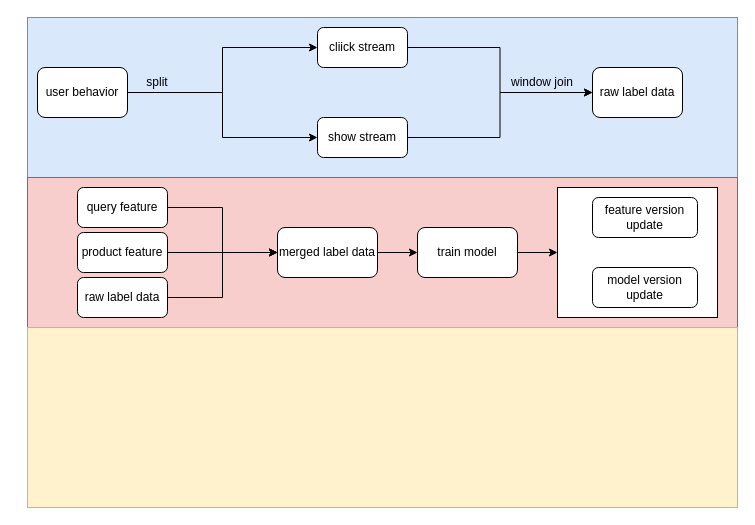
This is engineering/recommend/模型近实时训练更新方案.drawio from Wanke15/wanke15.github.io, a draw.io file, before an edit. Source tidied: cells renumbered, new cells numbered last; positions are measured from the earlier drawing's top-left corner, leaving out a move shared by most shapes. Both pictures are drawn from the tidied source at 100%, with x=0, y=0 at pixel (27, 17).
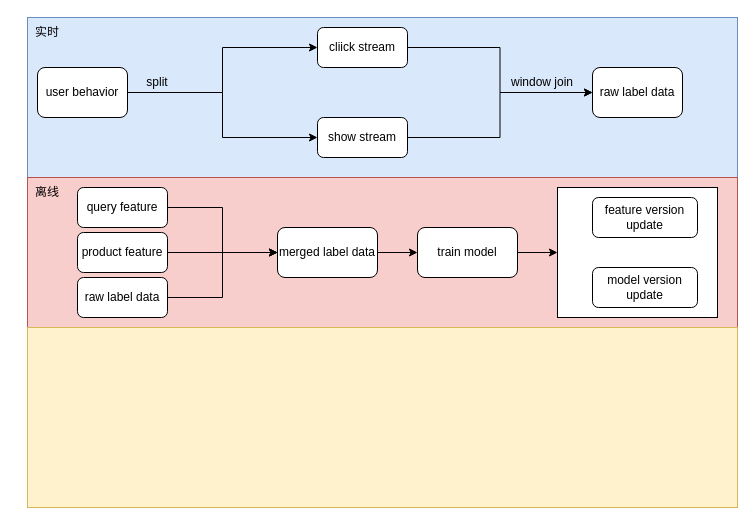
Above is the later version.

Commit message (it also covers changes not shown here):
更新模型近实时训练更新方案.drawio

Diff of the diagram source:
```diff
@@
+    <mxCell id="28" value="实时" style="text;html=1;strokeColor=none;fillColor=none;align=center;verticalAlign=middle;whiteSpace=wrap;rounded=0;" parent="1" vertex="1">
+      <mxGeometry x="-10" width="60" height="30" as="geometry" />
+    </mxCell>
+    <mxCell id="29" value="离线" style="text;html=1;strokeColor=none;fillColor=none;align=center;verticalAlign=middle;whiteSpace=wrap;rounded=0;" parent="1" vertex="1">
+      <mxGeometry x="-10" y="160" width="60" height="30" as="geometry" />
+    </mxCell>
```
